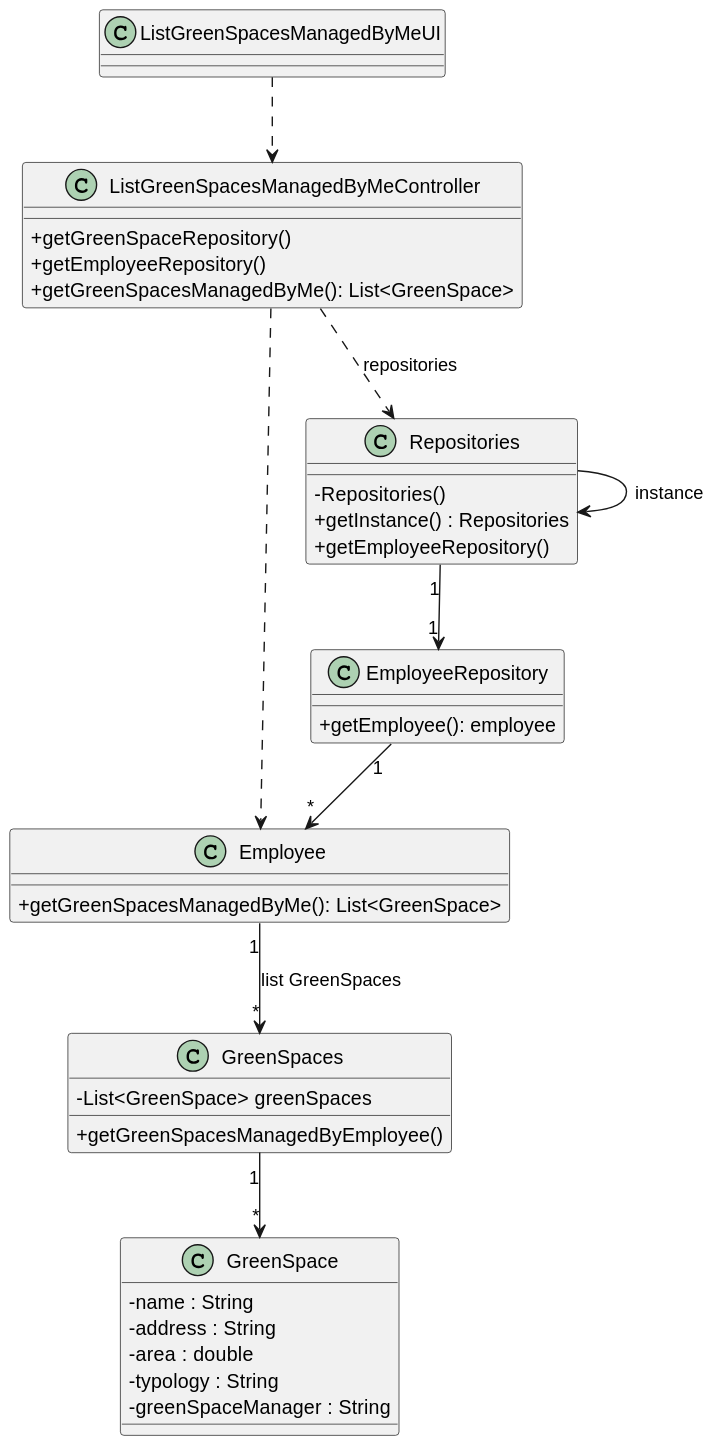
Above: docs/sprintC/US027/03.design/svg/us027-class-diagram.svg in LopemigueISEP/lei-24-s2-1nb-g312 (PlantUML), before the change.
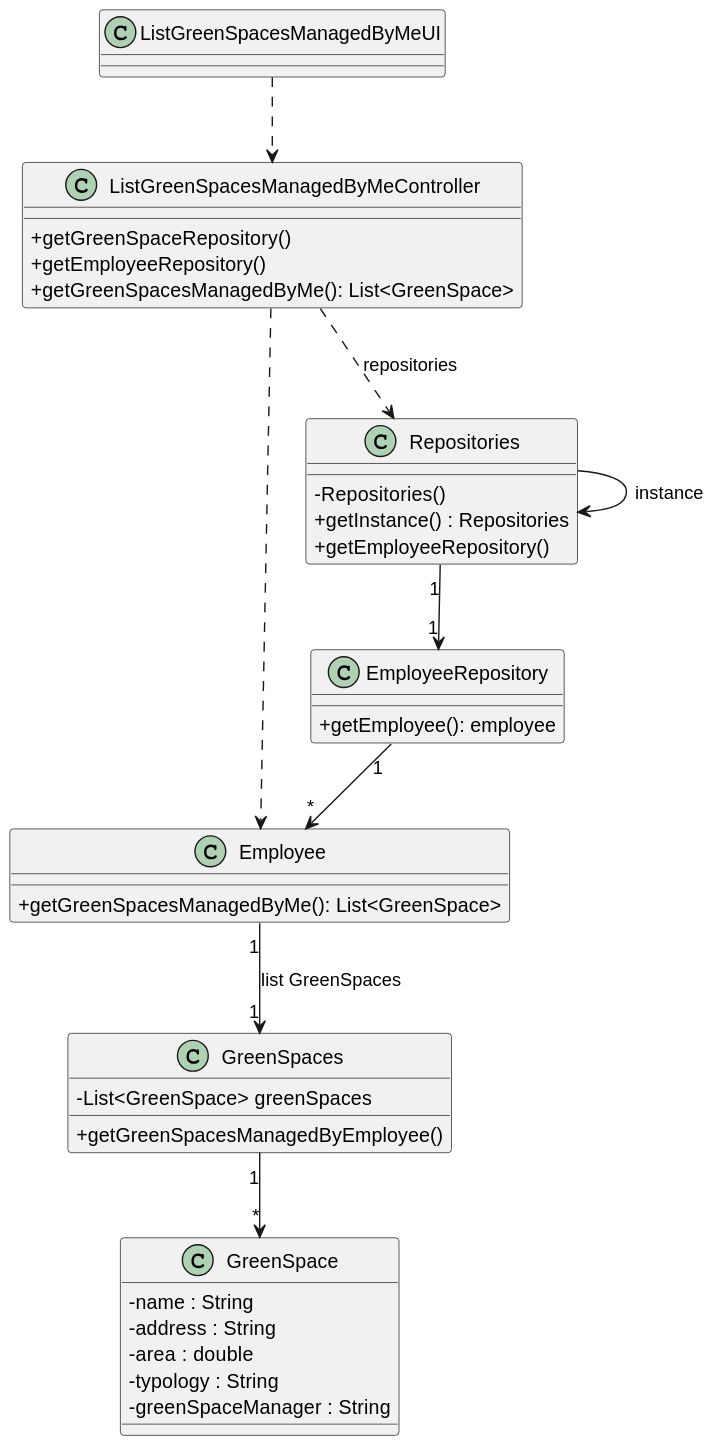
The same file after the commit.

Commit message:
US27 - class diagram minor correction #8

What changed in the source:
```diff
@@ -68,7 +68,7 @@
 EmployeeRepository "1"--> "*" Employee
 
 
-Employee "1" --> "*"GreenSpaces: list GreenSpaces
+Employee "1" --> "1"GreenSpaces: list GreenSpaces
 GreenSpaces "1" --> "*"GreenSpace
 
 
```
